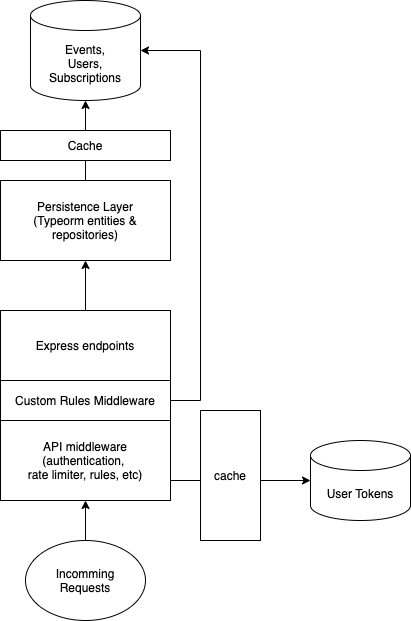
Before: img/app-design.png, a diagram exported from draw.io (doojin/whisbi-events). Source tidied: cells renumbered, new cells last; positions are measured from the earlier drawing's top-left corner, leaving out a move shared by most shapes. The source it was exported from:
```xml
<mxGraphModel>
  <root>
    <mxCell id="0" />
    <mxCell id="1" parent="0" />
    <mxCell id="2" style="edgeStyle=orthogonalEdgeStyle;rounded=0;jettySize=auto;html=1;exitX=0.5;exitY=0;exitDx=0;exitDy=0;entryX=0.5;entryY=1;entryDx=0;entryDy=0;entryPerimeter=0;" parent="1" edge="1" source="3" target="4">
      <mxGeometry relative="1" as="geometry" />
    </mxCell>
    <mxCell id="3" value="Persistence Layer&lt;br&gt;(Typeorm entities &amp;amp;&lt;br&gt;repositories)" style="rounded=0;whiteSpace=wrap;html=1;" parent="1" vertex="1">
      <mxGeometry y="180" width="170" height="80" as="geometry" />
    </mxCell>
    <mxCell id="4" value="Events,&lt;br&gt;Users,&lt;br&gt;Subscriptions" style="shape=cylinder3;whiteSpace=wrap;html=1;boundedLbl=1;backgroundOutline=1;size=15;" parent="1" vertex="1">
      <mxGeometry x="30" width="110" height="100" as="geometry" />
    </mxCell>
    <mxCell id="5" value="Cache" style="rounded=0;whiteSpace=wrap;html=1;" parent="1" vertex="1">
      <mxGeometry y="130" width="170" height="30" as="geometry" />
    </mxCell>
    <mxCell id="6" style="edgeStyle=orthogonalEdgeStyle;rounded=0;jettySize=auto;html=1;exitX=0.5;exitY=0;exitDx=0;exitDy=0;entryX=0.5;entryY=1;entryDx=0;entryDy=0;" parent="1" edge="1" source="7" target="3">
      <mxGeometry relative="1" as="geometry" />
    </mxCell>
    <mxCell id="7" value="Express endpoints" style="rounded=0;whiteSpace=wrap;html=1;" parent="1" vertex="1">
      <mxGeometry y="310" width="170" height="70" as="geometry" />
    </mxCell>
    <mxCell id="8" style="edgeStyle=orthogonalEdgeStyle;rounded=0;jettySize=auto;html=1;exitX=1;exitY=0.75;exitDx=0;exitDy=0;entryX=0;entryY=0.5;entryDx=0;entryDy=0;entryPerimeter=0;" parent="1" edge="1" source="9" target="12">
      <mxGeometry relative="1" as="geometry" />
    </mxCell>
    <mxCell id="9" value="API middleware&lt;br&gt;(authentication, &lt;br&gt;rate limiter, rules, etc)" style="rounded=0;whiteSpace=wrap;html=1;" parent="1" vertex="1">
      <mxGeometry y="420" width="170" height="80" as="geometry" />
    </mxCell>
    <mxCell id="10" style="endArrow=classic;html=1;entryX=0.5;entryY=1;entryDx=0;entryDy=0;exitX=0.5;exitY=0;exitDx=0;exitDy=0;" parent="1" edge="1" source="11" target="9">
      <mxGeometry relative="1" as="geometry" />
    </mxCell>
    <mxCell id="11" value="Incomming&lt;br&gt;Requests" style="ellipse;whiteSpace=wrap;html=1;" parent="1" vertex="1">
      <mxGeometry x="25" y="540" width="120" height="80" as="geometry" />
    </mxCell>
    <mxCell id="12" value="User Tokens" style="shape=cylinder3;whiteSpace=wrap;html=1;boundedLbl=1;backgroundOutline=1;size=15;" parent="1" vertex="1">
      <mxGeometry x="310" y="440" width="100" height="80" as="geometry" />
    </mxCell>
    <mxCell id="13" style="edgeStyle=orthogonalEdgeStyle;rounded=0;jettySize=auto;html=1;exitX=1;exitY=0.5;exitDx=0;exitDy=0;entryX=1;entryY=0.5;entryDx=0;entryDy=0;entryPerimeter=0;" parent="1" edge="1" source="14" target="4">
      <mxGeometry relative="1" as="geometry">
        <Array as="points">
          <mxPoint x="200" y="400" />
          <mxPoint x="200" y="50" />
        </Array>
      </mxGeometry>
    </mxCell>
    <mxCell id="14" value="Custom Rules Middleware" style="rounded=0;whiteSpace=wrap;html=1;" parent="1" vertex="1">
      <mxGeometry y="380" width="170" height="40" as="geometry" />
    </mxCell>
    <mxCell id="15" value="cache" style="rounded=0;whiteSpace=wrap;html=1;" parent="1" vertex="1">
      <mxGeometry x="200" y="410" width="60" height="130" as="geometry" />
    </mxCell>
  </root>
</mxGraphModel>
```
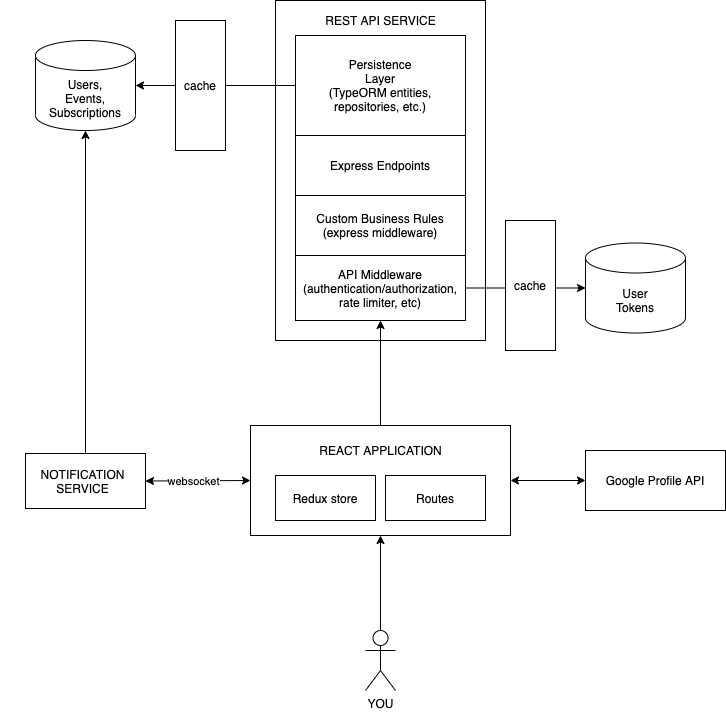
Above is the later version.

Diff of the diagram source:
```diff
@@ -2,52 +2,85 @@
   <root>
     <mxCell id="0" />
     <mxCell id="1" parent="0" />
-    <mxCell id="2" style="edgeStyle=orthogonalEdgeStyle;rounded=0;jettySize=auto;html=1;exitX=0.5;exitY=0;exitDx=0;exitDy=0;entryX=0.5;entryY=1;entryDx=0;entryDy=0;entryPerimeter=0;" parent="1" edge="1" source="3" target="4">
-      <mxGeometry relative="1" as="geometry" />
-    </mxCell>
-    <mxCell id="3" value="Persistence Layer&lt;br&gt;(Typeorm entities &amp;amp;&lt;br&gt;repositories)" style="rounded=0;whiteSpace=wrap;html=1;" parent="1" vertex="1">
-      <mxGeometry y="180" width="170" height="80" as="geometry" />
-    </mxCell>
-    <mxCell id="4" value="Events,&lt;br&gt;Users,&lt;br&gt;Subscriptions" style="shape=cylinder3;whiteSpace=wrap;html=1;boundedLbl=1;backgroundOutline=1;size=15;" parent="1" vertex="1">
-      <mxGeometry x="30" width="110" height="100" as="geometry" />
-    </mxCell>
-    <mxCell id="5" value="Cache" style="rounded=0;whiteSpace=wrap;html=1;" parent="1" vertex="1">
-      <mxGeometry y="130" width="170" height="30" as="geometry" />
-    </mxCell>
-    <mxCell id="6" style="edgeStyle=orthogonalEdgeStyle;rounded=0;jettySize=auto;html=1;exitX=0.5;exitY=0;exitDx=0;exitDy=0;entryX=0.5;entryY=1;entryDx=0;entryDy=0;" parent="1" edge="1" source="7" target="3">
-      <mxGeometry relative="1" as="geometry" />
-    </mxCell>
-    <mxCell id="7" value="Express endpoints" style="rounded=0;whiteSpace=wrap;html=1;" parent="1" vertex="1">
-      <mxGeometry y="310" width="170" height="70" as="geometry" />
-    </mxCell>
-    <mxCell id="8" style="edgeStyle=orthogonalEdgeStyle;rounded=0;jettySize=auto;html=1;exitX=1;exitY=0.75;exitDx=0;exitDy=0;entryX=0;entryY=0.5;entryDx=0;entryDy=0;entryPerimeter=0;" parent="1" edge="1" source="9" target="12">
-      <mxGeometry relative="1" as="geometry" />
-    </mxCell>
-    <mxCell id="9" value="API middleware&lt;br&gt;(authentication, &lt;br&gt;rate limiter, rules, etc)" style="rounded=0;whiteSpace=wrap;html=1;" parent="1" vertex="1">
-      <mxGeometry y="420" width="170" height="80" as="geometry" />
-    </mxCell>
-    <mxCell id="10" style="endArrow=classic;html=1;entryX=0.5;entryY=1;entryDx=0;entryDy=0;exitX=0.5;exitY=0;exitDx=0;exitDy=0;" parent="1" edge="1" source="11" target="9">
-      <mxGeometry relative="1" as="geometry" />
-    </mxCell>
-    <mxCell id="11" value="Incomming&lt;br&gt;Requests" style="ellipse;whiteSpace=wrap;html=1;" parent="1" vertex="1">
-      <mxGeometry x="25" y="540" width="120" height="80" as="geometry" />
-    </mxCell>
+    <mxCell id="16" style="rounded=0;whiteSpace=wrap;html=1;" parent="1" vertex="1">
+      <mxGeometry y="197.5" width="210" height="340" as="geometry" />
+    </mxCell>
+    <mxCell id="17" value="REST API SERVICE" style="text;html=1;strokeColor=none;fillColor=none;align=center;verticalAlign=middle;whiteSpace=wrap;rounded=0;" parent="1" vertex="1">
+      <mxGeometry x="22.5" y="207.5" width="165" height="20" as="geometry" />
+    </mxCell>
+    <mxCell id="18" value="Users,&lt;br&gt;Events,&lt;br&gt;Subscriptions" style="shape=cylinder3;whiteSpace=wrap;html=1;boundedLbl=1;backgroundOutline=1;size=15;" parent="1" vertex="1">
+      <mxGeometry x="-240" y="237.5" width="100" height="90" as="geometry" />
+    </mxCell>
+    <mxCell id="19" value="Persistence&lt;br&gt;Layer&lt;br&gt;(TypeORM entities,&lt;br&gt;repositories, etc.)" style="rounded=0;whiteSpace=wrap;html=1;" parent="1" vertex="1">
+      <mxGeometry x="20" y="232.5" width="170" height="100" as="geometry" />
+    </mxCell>
+    <mxCell id="20" style="endArrow=classic;html=1;exitX=0;exitY=0.5;exitDx=0;exitDy=0;entryX=1;entryY=0.5;entryDx=0;entryDy=0;entryPerimeter=0;" parent="1" edge="1" source="19" target="18">
+      <mxGeometry relative="1" as="geometry" />
+    </mxCell>
+    <mxCell id="21" value="Express Endpoints" style="rounded=0;whiteSpace=wrap;html=1;" parent="1" vertex="1">
+      <mxGeometry x="20" y="332.5" width="170" height="60" as="geometry" />
+    </mxCell>
+    <mxCell id="22" value="Custom Business Rules&lt;br&gt;(express middleware)" style="rounded=0;whiteSpace=wrap;html=1;" parent="1" vertex="1">
+      <mxGeometry x="20" y="392.5" width="170" height="60" as="geometry" />
+    </mxCell>
+    <mxCell id="23" value="API Middleware&lt;br&gt;(authentication/authorization,&lt;br&gt;rate limiter, etc)" style="rounded=0;whiteSpace=wrap;html=1;" parent="1" vertex="1">
+      <mxGeometry x="20" y="452.5" width="170" height="65" as="geometry" />
+    </mxCell>
+    <mxCell id="24" value="cache" style="rounded=0;whiteSpace=wrap;html=1;" parent="1" vertex="1">
+      <mxGeometry x="-100" y="217.5" width="50" height="130" as="geometry" />
+    </mxCell>
-    <mxCell id="12" value="User Tokens" style="shape=cylinder3;whiteSpace=wrap;html=1;boundedLbl=1;backgroundOutline=1;size=15;" parent="1" vertex="1">
-      <mxGeometry x="310" y="440" width="100" height="80" as="geometry" />
+    <mxCell id="12" value="User&lt;br&gt;Tokens" style="shape=cylinder3;whiteSpace=wrap;html=1;boundedLbl=1;backgroundOutline=1;size=15;" parent="1" vertex="1">
+      <mxGeometry x="310" y="440" width="100" height="90" as="geometry" />
     </mxCell>
-    <mxCell id="13" style="edgeStyle=orthogonalEdgeStyle;rounded=0;jettySize=auto;html=1;exitX=1;exitY=0.5;exitDx=0;exitDy=0;entryX=1;entryY=0.5;entryDx=0;entryDy=0;entryPerimeter=0;" parent="1" edge="1" source="14" target="4">
-      <mxGeometry relative="1" as="geometry">
-        <Array as="points">
-          <mxPoint x="200" y="400" />
-          <mxPoint x="200" y="50" />
-        </Array>
-      </mxGeometry>
-    </mxCell>
-    <mxCell id="14" value="Custom Rules Middleware" style="rounded=0;whiteSpace=wrap;html=1;" parent="1" vertex="1">
-      <mxGeometry y="380" width="170" height="40" as="geometry" />
-    </mxCell>
-    <mxCell id="15" value="cache" style="rounded=0;whiteSpace=wrap;html=1;" parent="1" vertex="1">
-      <mxGeometry x="200" y="410" width="60" height="130" as="geometry" />
-    </mxCell>
+    <mxCell id="25" style="endArrow=classic;html=1;exitX=1;exitY=0.5;exitDx=0;exitDy=0;entryX=0;entryY=0.5;entryDx=0;entryDy=0;entryPerimeter=0;" parent="1" edge="1" source="23" target="12">
+      <mxGeometry relative="1" as="geometry" />
+    </mxCell>
+    <mxCell id="26" value="cache" style="rounded=0;whiteSpace=wrap;html=1;" parent="1" vertex="1">
+      <mxGeometry x="230" y="417.5" width="50" height="130" as="geometry" />
+    </mxCell>
+    <mxCell id="27" style="rounded=0;whiteSpace=wrap;html=1;" parent="1" vertex="1">
+      <mxGeometry x="-25" y="622.5" width="260" height="110" as="geometry" />
+    </mxCell>
+    <mxCell id="28" value="REACT APPLICATION" style="text;html=1;strokeColor=none;fillColor=none;align=center;verticalAlign=middle;whiteSpace=wrap;rounded=0;" parent="1" vertex="1">
+      <mxGeometry x="22.5" y="637.5" width="165" height="20" as="geometry" />
+    </mxCell>
+    <mxCell id="29" style="endArrow=classic;html=1;exitX=0.5;exitY=0;exitDx=0;exitDy=0;entryX=0.5;entryY=1;entryDx=0;entryDy=0;" parent="1" edge="1" source="27" target="23">
+      <mxGeometry relative="1" as="geometry" />
+    </mxCell>
+    <mxCell id="30" value="Redux store" style="rounded=0;whiteSpace=wrap;html=1;" parent="1" vertex="1">
+      <mxGeometry y="672.5" width="100" height="45" as="geometry" />
+    </mxCell>
+    <mxCell id="31" value="Routes" style="rounded=0;whiteSpace=wrap;html=1;" parent="1" vertex="1">
+      <mxGeometry x="110" y="672.5" width="100" height="45" as="geometry" />
+    </mxCell>
+    <mxCell id="32" value="YOU" style="shape=umlActor;verticalLabelPosition=bottom;verticalAlign=top;html=1;outlineConnect=0;" parent="1" vertex="1">
+      <mxGeometry x="90" y="827.5" width="30" height="60" as="geometry" />
+    </mxCell>
+    <mxCell id="33" style="endArrow=classic;html=1;exitX=0.5;exitY=0;exitDx=0;exitDy=0;exitPerimeter=0;entryX=0.5;entryY=1;entryDx=0;entryDy=0;" parent="1" edge="1" source="32" target="27">
+      <mxGeometry relative="1" as="geometry" />
+    </mxCell>
+    <mxCell id="34" value="Google Profile API" style="rounded=0;whiteSpace=wrap;html=1;" parent="1" vertex="1">
+      <mxGeometry x="310" y="647.5" width="140" height="60" as="geometry" />
+    </mxCell>
+    <mxCell id="35" style="endArrow=classic;startArrow=classic;html=1;exitX=1;exitY=0.5;exitDx=0;exitDy=0;entryX=0;entryY=0.5;entryDx=0;entryDy=0;" parent="1" edge="1" source="27" target="34">
+      <mxGeometry relative="1" as="geometry" />
+    </mxCell>
+    <mxCell id="36" style="edgeStyle=orthogonalEdgeStyle;rounded=0;jettySize=auto;html=1;exitX=0.5;exitY=0;exitDx=0;exitDy=0;entryX=0.5;entryY=1;entryDx=0;entryDy=0;entryPerimeter=0;" parent="1" edge="1" source="37" target="18">
+      <mxGeometry relative="1" as="geometry" />
+    </mxCell>
+    <mxCell id="37" style="rounded=0;whiteSpace=wrap;html=1;" parent="1" vertex="1">
+      <mxGeometry x="-250" y="650.5" width="120" height="55" as="geometry" />
+    </mxCell>
+    <mxCell id="38" value="NOTIFICATION&lt;br&gt;SERVICE" style="text;html=1;strokeColor=none;fillColor=none;align=center;verticalAlign=middle;whiteSpace=wrap;rounded=0;" parent="1" vertex="1">
+      <mxGeometry x="-275" y="668" width="165" height="20" as="geometry" />
+    </mxCell>
+    <mxCell id="39" style="endArrow=classic;startArrow=classic;html=1;exitX=1;exitY=0.5;exitDx=0;exitDy=0;entryX=0;entryY=0.5;entryDx=0;entryDy=0;" parent="1" edge="1" source="37" target="27">
+      <mxGeometry relative="1" as="geometry" />
+    </mxCell>
+    <mxCell id="40" value="websocket" style="edgeLabel;html=1;align=center;verticalAlign=middle;" parent="39" vertex="1">
+      <mxGeometry x="-0.26" relative="1" as="geometry">
+        <mxPoint x="9" as="offset" />
+      </mxGeometry>
+    </mxCell>
   </root>
 </mxGraphModel>
```
